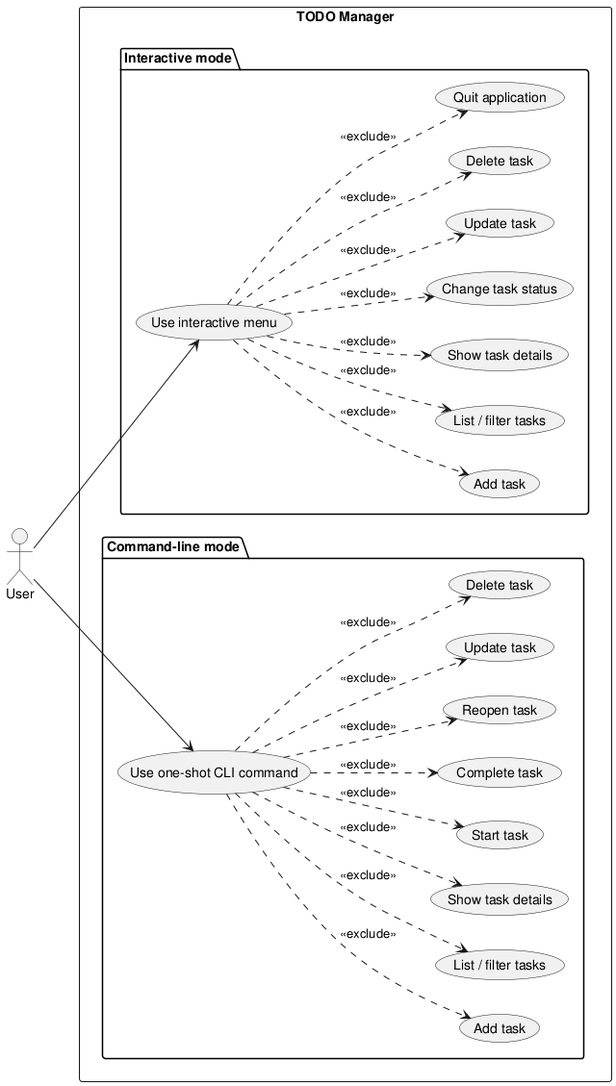
Above: experiments/supervisor_as_tools/structured_text/TODO/artifacts/use_case_diagram.png in DanielRiha8906/Software_autoevolution_using_agents (PlantUML), before the change.
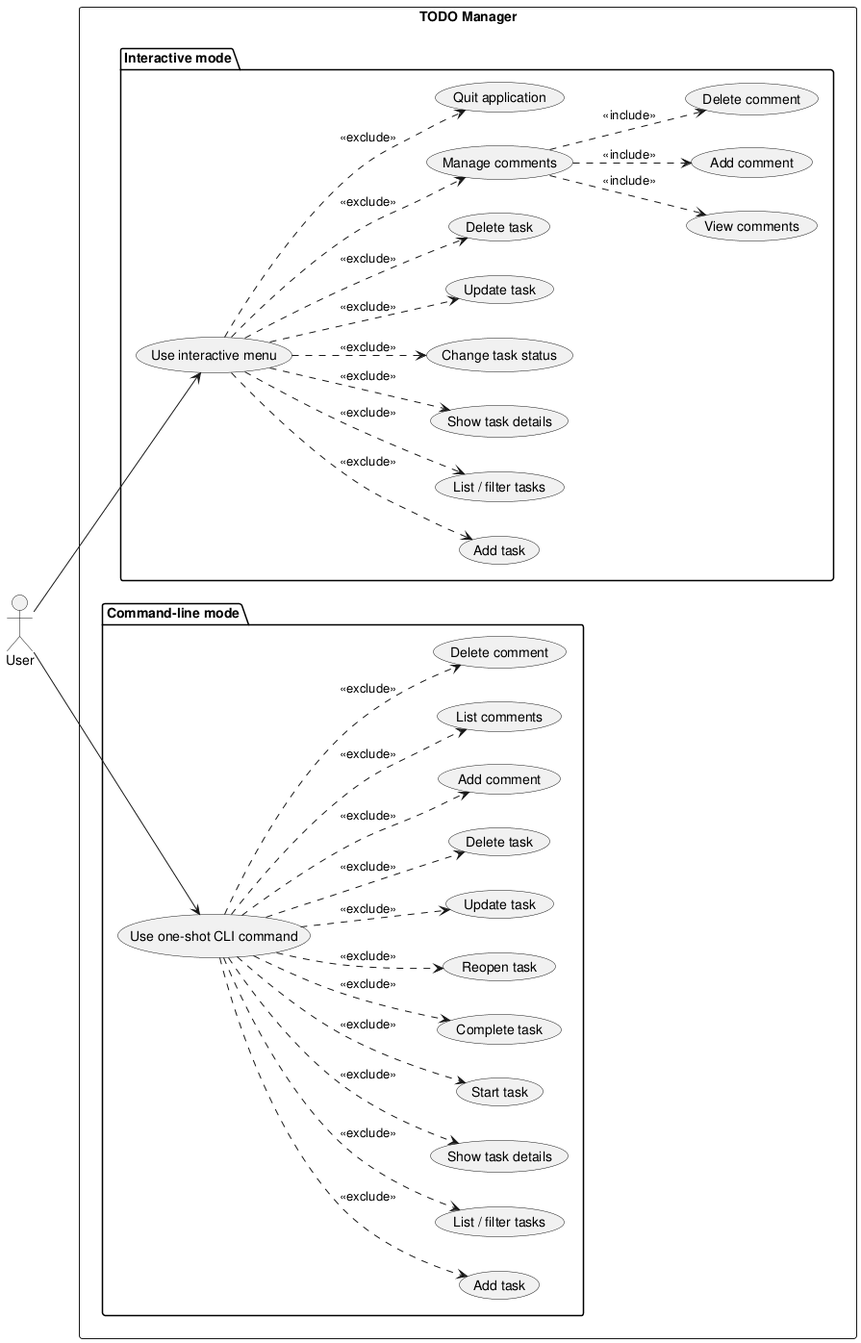
The same file after the commit.

What changed in the source:
```diff
@@ -14,6 +14,10 @@
     usecase "Change task status" as I_STATUS
     usecase "Update task" as I_UPDATE
     usecase "Delete task" as I_DELETE
+    usecase "Manage comments" as I_COMMENTS
+    usecase "View comments" as I_VIEW_COMMENTS
+    usecase "Add comment" as I_ADD_COMMENT
+    usecase "Delete comment" as I_DELETE_COMMENT
     usecase "Quit application" as I_QUIT
   }
 
@@ -27,27 +31,37 @@
     usecase "Reopen task" as C_REOPEN
     usecase "Update task" as C_UPDATE
     usecase "Delete task" as C_DELETE
+    usecase "Add comment" as C_ADD_COMMENT
+    usecase "List comments" as C_LIST_COMMENTS
+    usecase "Delete comment" as C_DELETE_COMMENT
   }
 }
 
 User --> UI
 User --> CLI
 
-UI ..> I_ADD    : <<exclude>>
-UI ..> I_LIST   : <<exclude>>
-UI ..> I_SHOW   : <<exclude>>
-UI ..> I_STATUS : <<exclude>>
-UI ..> I_UPDATE : <<exclude>>
-UI ..> I_DELETE : <<exclude>>
-UI ..> I_QUIT   : <<exclude>>
+UI ..> I_ADD       : <<exclude>>
+UI ..> I_LIST      : <<exclude>>
+UI ..> I_SHOW      : <<exclude>>
+UI ..> I_STATUS    : <<exclude>>
+UI ..> I_UPDATE    : <<exclude>>
+UI ..> I_DELETE    : <<exclude>>
+UI ..> I_COMMENTS  : <<exclude>>
+I_COMMENTS ..> I_VIEW_COMMENTS    : <<include>>
+I_COMMENTS ..> I_ADD_COMMENT      : <<include>>
+I_COMMENTS ..> I_DELETE_COMMENT   : <<include>>
+UI ..> I_QUIT      : <<exclude>>
 
-CLI ..> C_ADD    : <<exclude>>
-CLI ..> C_LIST   : <<exclude>>
-CLI ..> C_SHOW   : <<exclude>>
-CLI ..> C_START  : <<exclude>>
-CLI ..> C_DONE   : <<exclude>>
-CLI ..> C_REOPEN : <<exclude>>
-CLI ..> C_UPDATE : <<exclude>>
-CLI ..> C_DELETE : <<exclude>>
+CLI ..> C_ADD            : <<exclude>>
+CLI ..> C_LIST           : <<exclude>>
+CLI ..> C_SHOW           : <<exclude>>
+CLI ..> C_START          : <<exclude>>
+CLI ..> C_DONE           : <<exclude>>
+CLI ..> C_REOPEN         : <<exclude>>
+CLI ..> C_UPDATE         : <<exclude>>
+CLI ..> C_DELETE         : <<exclude>>
+CLI ..> C_ADD_COMMENT    : <<exclude>>
+CLI ..> C_LIST_COMMENTS  : <<exclude>>
+CLI ..> C_DELETE_COMMENT : <<exclude>>
 
 @enduml
```
